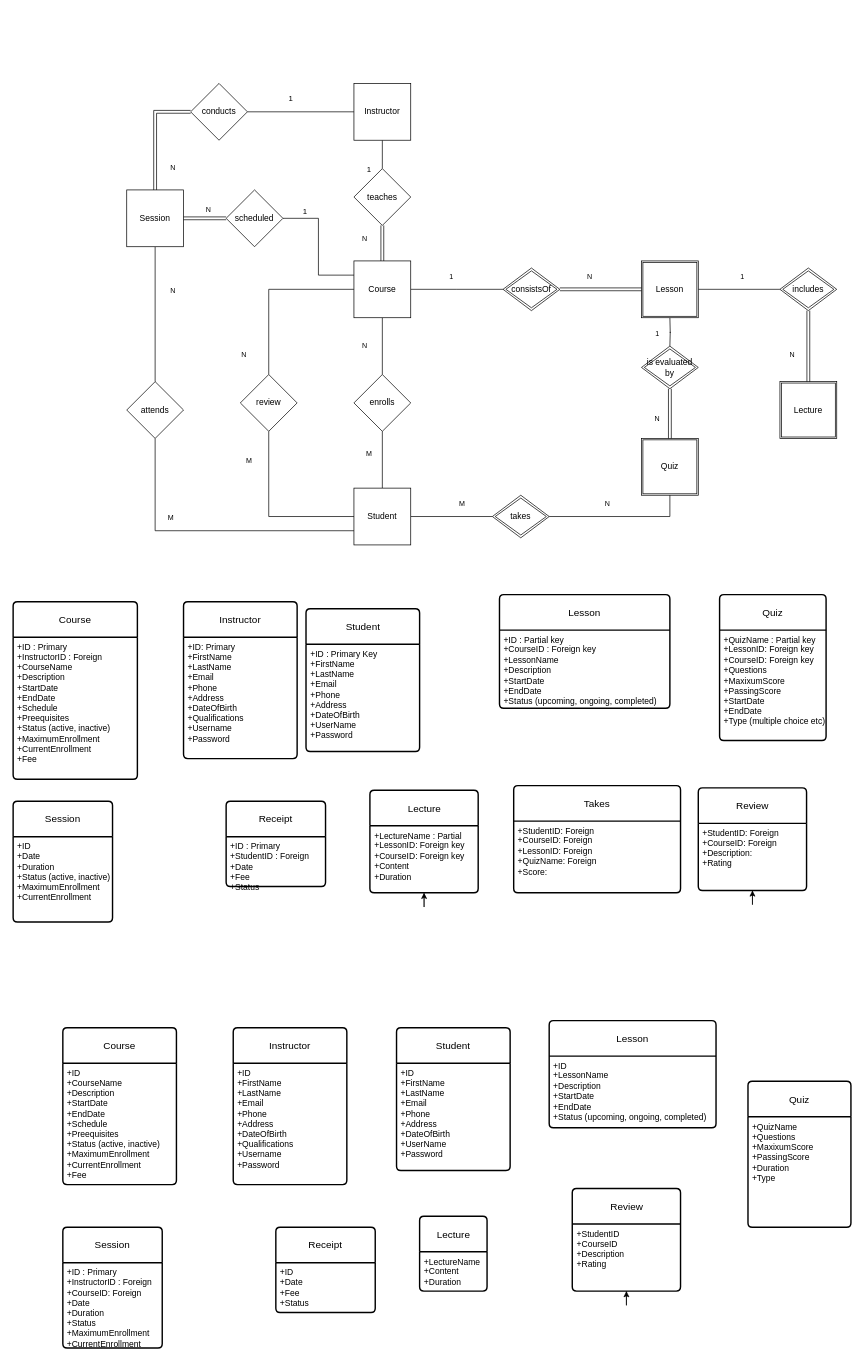
charisvt/edulink keeps this draw.io diagram as ER.drawio. Above is the earlier version. Source tidied: cells renumbered, new cells numbered last; positions are measured from the earlier drawing's top-left corner, leaving out a move shared by most shapes. Both pictures are drawn from the tidied source at 71%, with x=0, y=0 at pixel (13, 12).
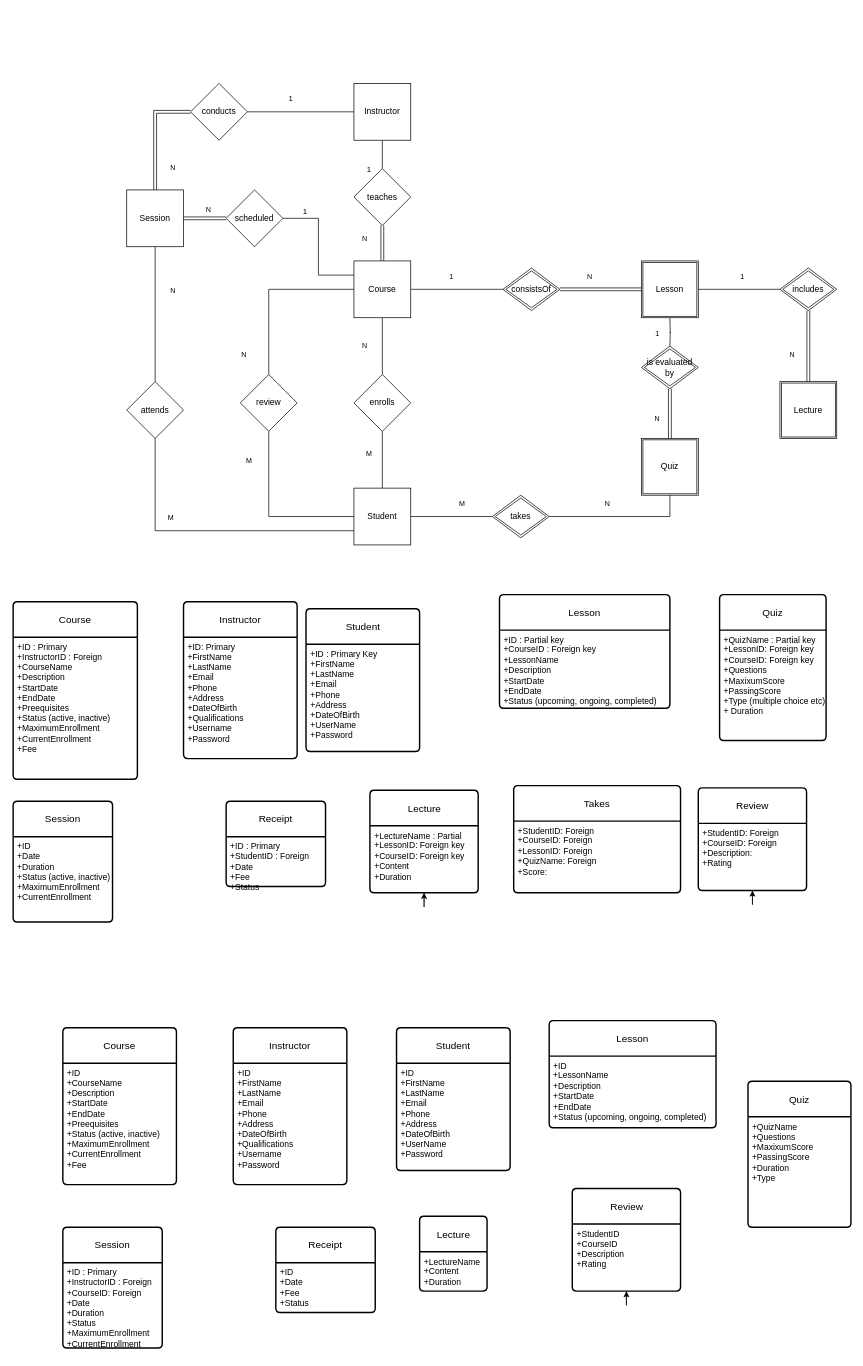
The same diagram, later.

The change refers to these unchanged cells:
```xml
<mxCell id="45" value="Course" style="swimlane;horizontal=1;startSize=50;rounded=1;fontSize=14;fontStyle=0;strokeWidth=2;shadow=0;dashed=0;align=center;arcSize=4;whiteSpace=wrap;html=1;" parent="1" vertex="1">
  <mxGeometry x="70" y="1430" width="160" height="221" as="geometry" />
</mxCell>
<mxCell id="85" value="Course" style="swimlane;horizontal=1;startSize=50;rounded=1;fontSize=14;fontStyle=0;strokeWidth=2;shadow=0;dashed=0;align=center;arcSize=4;whiteSpace=wrap;html=1;" parent="1" vertex="1">
  <mxGeometry y="830" width="175" height="250" as="geometry" />
</mxCell>
<mxCell id="100" value="Quiz" style="swimlane;horizontal=1;startSize=50;rounded=1;fontSize=14;fontStyle=0;strokeWidth=2;shadow=0;dashed=0;align=center;arcSize=4;whiteSpace=wrap;html=1;" parent="1" vertex="1">
  <mxGeometry x="995" y="820" width="150" height="205.5" as="geometry" />
</mxCell>
```

Diff of the diagram source:
```diff
@@
-    <mxCell id="46" value="+ID&lt;br&gt;+CourseName&lt;br&gt;+Description&lt;br&gt;+StartDate&lt;br&gt;+EndDate&lt;br&gt;+Schedule&lt;br&gt;+Preequisites&lt;br&gt;+Status (active, inactive)&lt;br&gt;+MaximumEnrollment&lt;br&gt;+CurrentEnrollment&lt;br&gt;+Fee" style="align=left;strokeColor=none;fillColor=none;spacingLeft=4;fontSize=12;verticalAlign=top;html=1;" parent="45" vertex="1">
+    <mxCell id="46" value="+ID&lt;br&gt;+CourseName&lt;br&gt;+Description&lt;br&gt;+StartDate&lt;br&gt;+EndDate&lt;br&gt;+Preequisites&lt;br&gt;+Status (active, inactive)&lt;br&gt;+MaximumEnrollment&lt;br&gt;+CurrentEnrollment&lt;br&gt;+Fee" style="align=left;strokeColor=none;fillColor=none;spacingLeft=4;fontSize=12;verticalAlign=top;html=1;" parent="45" vertex="1">
       <mxGeometry y="50" width="160" height="171" as="geometry" />
     </mxCell>
@@
-    <mxCell id="86" value="+ID : Primary&amp;nbsp;&lt;br&gt;+InstructorID : Foreign&lt;br&gt;+CourseName&lt;br&gt;+Description&lt;br&gt;+StartDate&lt;br&gt;+EndDate&lt;br&gt;+Schedule&lt;br&gt;+Preequisites&lt;br&gt;+Status (active, inactive)&lt;br&gt;+MaximumEnrollment&lt;br&gt;+CurrentEnrollment&lt;br&gt;+Fee" style="align=left;strokeColor=none;fillColor=none;spacingLeft=4;fontSize=12;verticalAlign=top;html=1;" parent="85" vertex="1">
+    <mxCell id="86" value="+ID : Primary&amp;nbsp;&lt;br&gt;+InstructorID : Foreign&lt;br&gt;+CourseName&lt;br&gt;+Description&lt;br&gt;+StartDate&lt;br&gt;+EndDate&lt;br&gt;+Preequisites&lt;br&gt;+Status (active, inactive)&lt;br&gt;+MaximumEnrollment&lt;br&gt;+CurrentEnrollment&lt;br&gt;+Fee" style="align=left;strokeColor=none;fillColor=none;spacingLeft=4;fontSize=12;verticalAlign=top;html=1;" parent="85" vertex="1">
       <mxGeometry y="50" width="175" height="200" as="geometry" />
     </mxCell>
@@
-    <mxCell id="101" value="+QuizName : Partial key&lt;br&gt;+LessonID: Foreign key&lt;br&gt;+CourseID: Foreign key&lt;br&gt;+Questions&lt;br&gt;+MaxixumScore&lt;br&gt;+PassingScore&lt;br&gt;+StartDate&lt;br style=&quot;border-color: var(--border-color);&quot;&gt;+EndDate&lt;br&gt;+Type (multiple choice etc)" style="align=left;strokeColor=none;fillColor=none;spacingLeft=4;fontSize=12;verticalAlign=top;html=1;" parent="100" vertex="1">
+    <mxCell id="101" value="+QuizName : Partial key&lt;br&gt;+LessonID: Foreign key&lt;br&gt;+CourseID: Foreign key&lt;br&gt;+Questions&lt;br&gt;+MaxixumScore&lt;br&gt;+PassingScore&lt;br&gt;+Type (multiple choice etc)&lt;br&gt;+ Duration" style="align=left;strokeColor=none;fillColor=none;spacingLeft=4;fontSize=12;verticalAlign=top;html=1;" parent="100" vertex="1">
       <mxGeometry y="50" width="150" height="155.5" as="geometry" />
     </mxCell>
```
